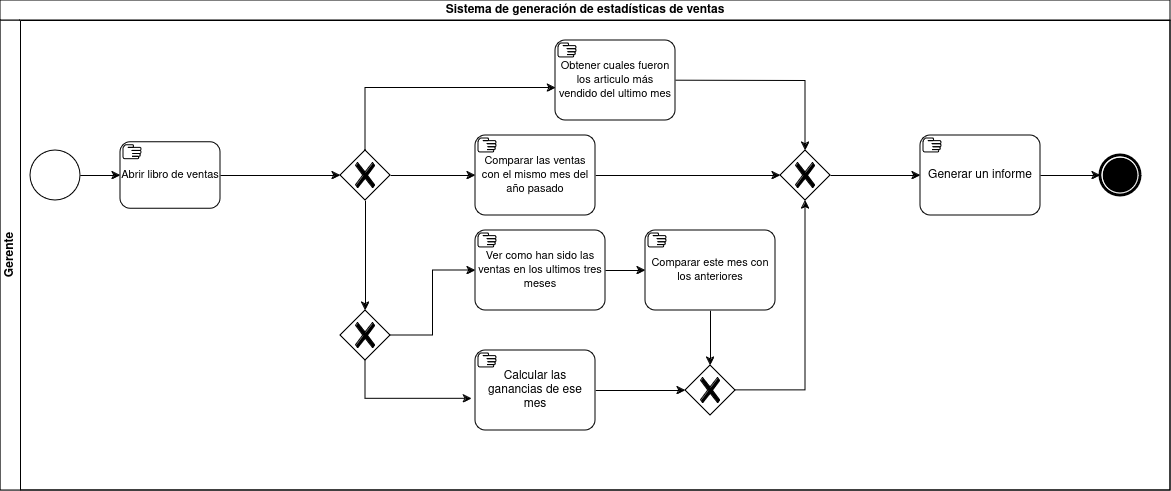
gis-ir/IR2425-G1-17 keeps this draw.io diagram as assets/DiagramaDeGeneracionEstadisitcas.drawio.png. Above is the earlier version. Source tidied: cells renumbered, new cells last; positions are measured from the earlier drawing's top-left corner, leaving out a move shared by most shapes.
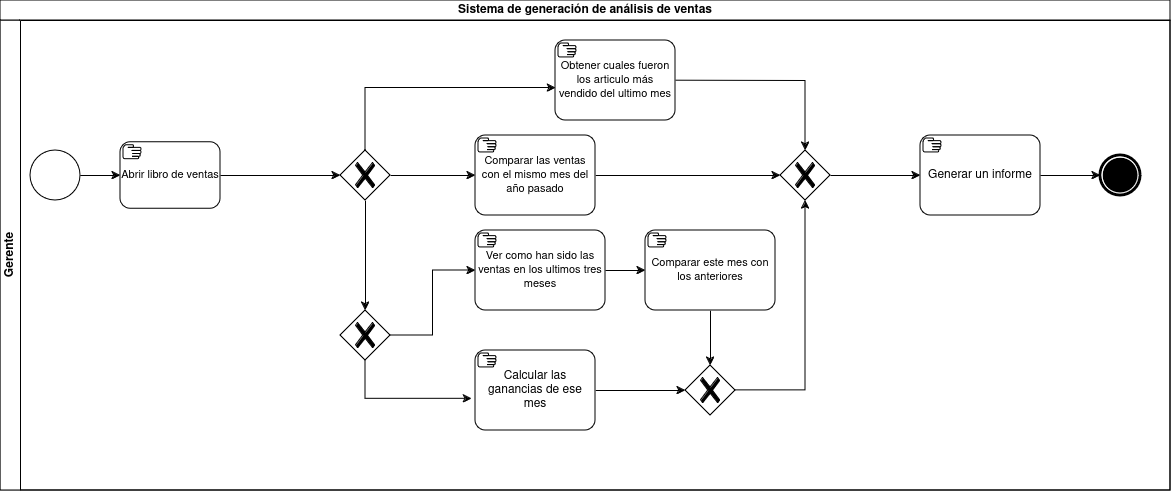
Above is the later version.

The edit, as a diff of the source:
```diff
@@ -2,7 +2,7 @@
   <root>
     <mxCell id="0" />
     <mxCell id="1" parent="0" />
-    <mxCell id="2" value="Sistema de generación de estadísticas de ventas" style="swimlane;html=1;horizontal=1;startSize=20;whiteSpace=wrap;" parent="1" vertex="1">
+    <mxCell id="2" value="Sistema de generación de análisis de ventas" style="swimlane;html=1;horizontal=1;startSize=20;whiteSpace=wrap;" parent="1" vertex="1">
       <mxGeometry width="1170" height="490" as="geometry" />
     </mxCell>
     <mxCell id="3" value="Gerente" style="swimlane;html=1;startSize=20;horizontal=0;" parent="2" vertex="1">
```
